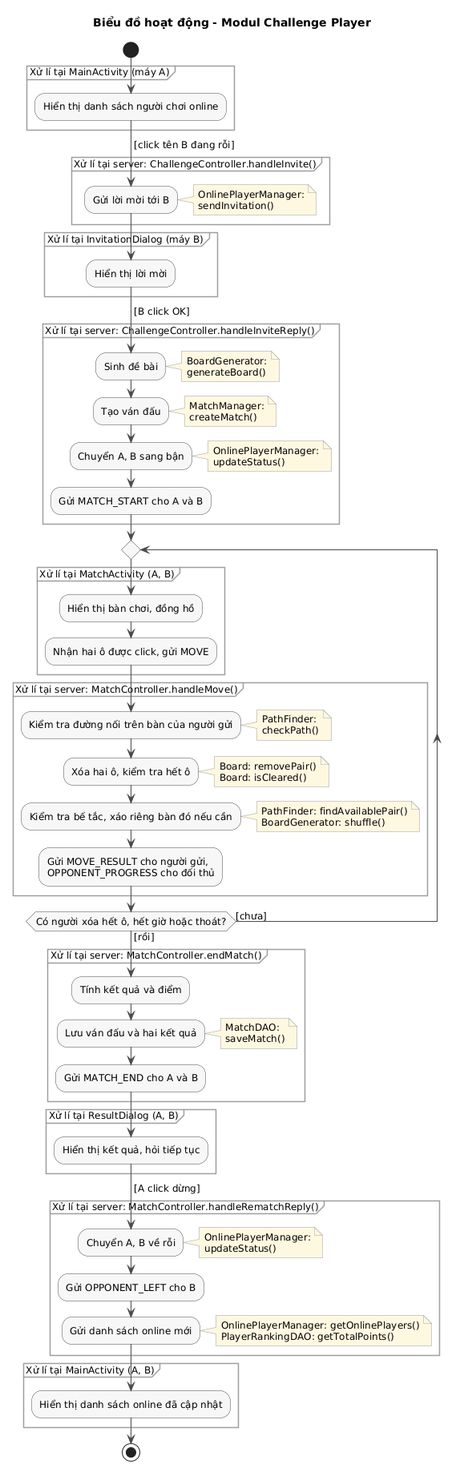
Above: docs/uml/pha3/activity-m3.png in VattenL/mobile-pikachu (PlantUML), before the change.
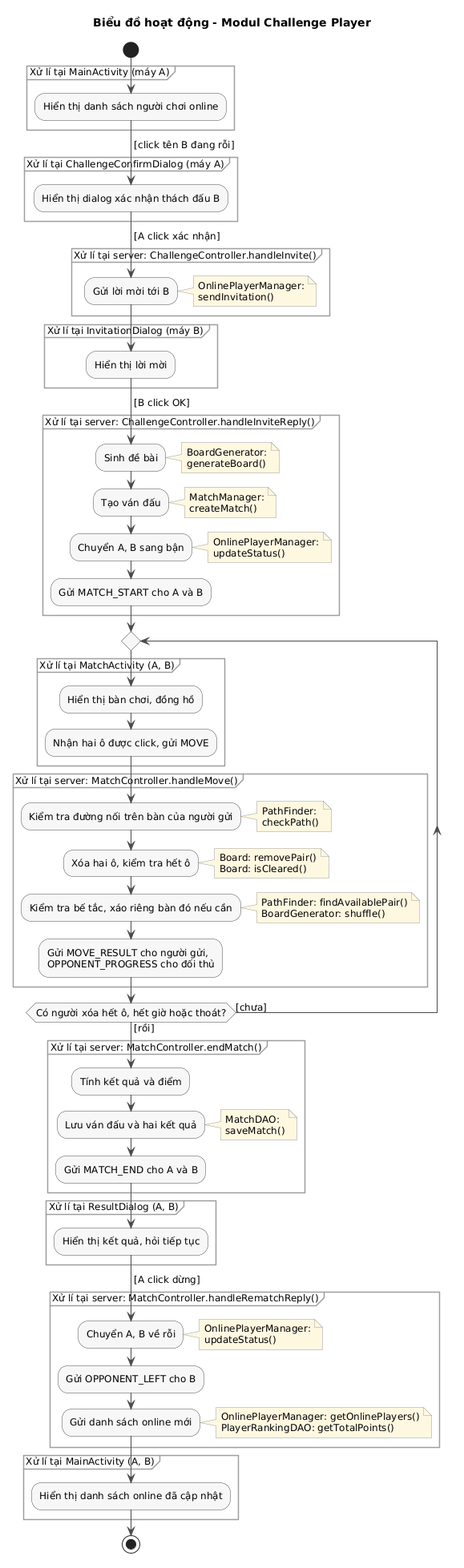
Above is the later version.

Change to the diagram source:
```diff
@@ -21,6 +21,10 @@
   :Hiển thị danh sách người chơi online;
 }
 ->[click tên B đang rỗi];
+partition "Xử lí tại ChallengeConfirmDialog (máy A)" {
+  :Hiển thị dialog xác nhận thách đấu B;
+}
+->[A click xác nhận];
 partition "Xử lí tại server: ChallengeController.handleInvite()" {
   :Gửi lời mời tới B;
   note right: OnlinePlayerManager:\nsendInvitation()
```
